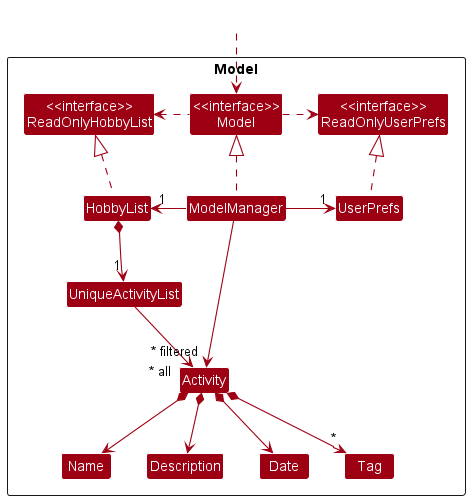
Above: docs/images/ModelClassDiagram.png in nus-cs2103-AY2223S1/tp (PlantUML), before the change.
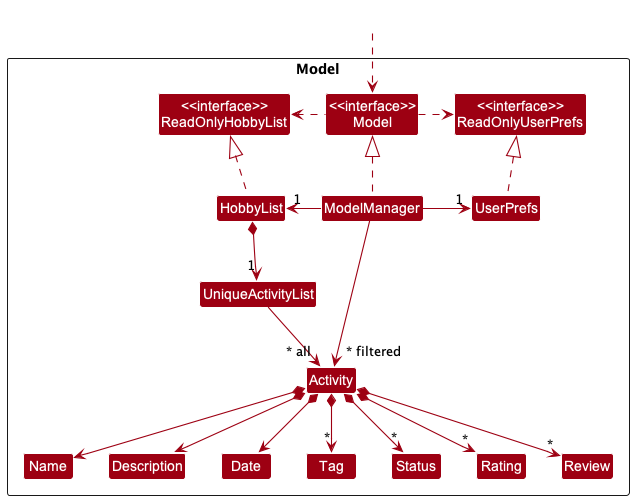
After the commit.

The edit, as a diff of the source:
```diff
@@ -17,7 +17,10 @@
 Class Date
 Class Description
 Class Name
+Class Status
 Class Tag
+Class Rating
+Class Review
 
 }
 
@@ -39,6 +42,9 @@
 Activity *--> Description
 Activity *--> Date
 Activity *--> "*" Tag
+Activity *--> "*" Status
+Activity *--> "*" Rating
+Activity *--> "*" Review
 
 Name -[hidden]right-> Description
 Date -[hidden]right-> Tag
```
